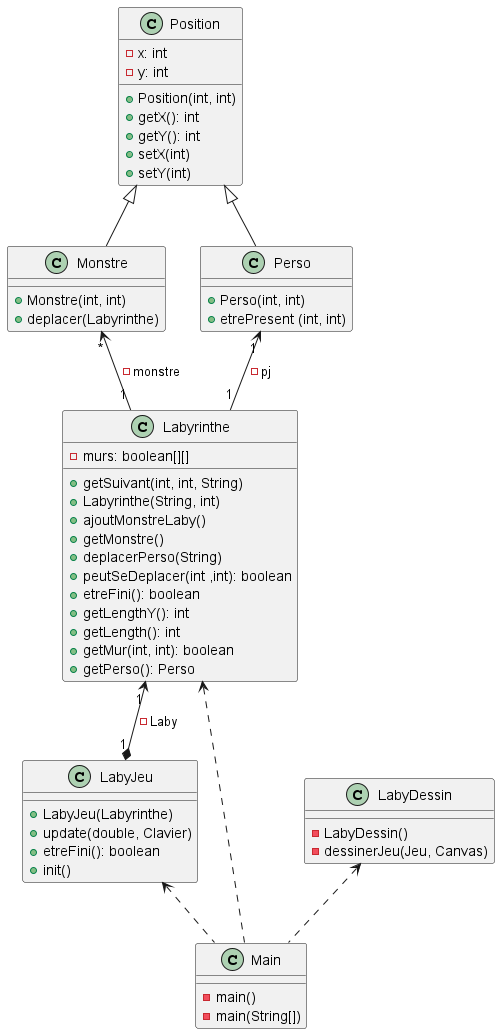
The PlantUML diagram zeldiablo/documents/version_1/diagclass_v1_global.png in Erwanquilliou/2024_Zeldiablo_quilliou2u_leveque58u, before a commit.
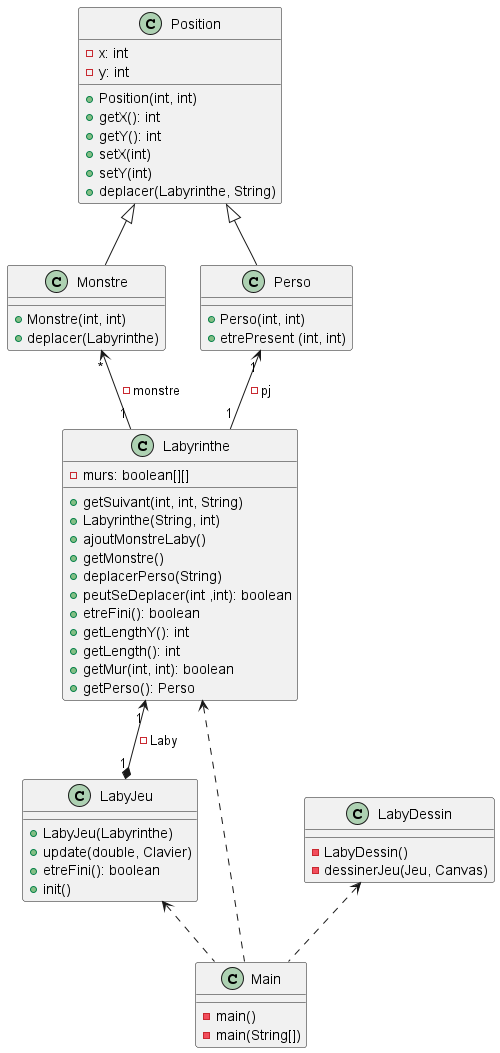
After the commit.

Diff of the diagram source:
```diff
@@ -8,6 +8,7 @@
 + getY(): int
 + setX(int)
 + setY(int)
++ deplacer(Labyrinthe, String)
 }
 
 Position <|-- Monstre
```
